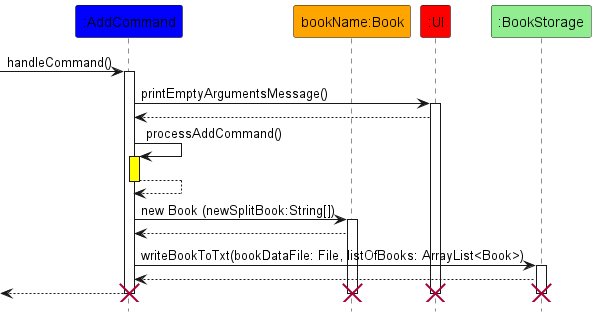
kirangeofran/tp keeps this PlantUML diagram as docs/images/AddCommand.png. Above is the earlier version.
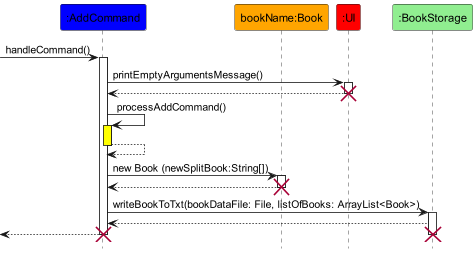
Above is the later version.

Commit message:
update diagram, ui component

Change to the diagram source:
```diff
@@ -10,6 +10,8 @@
 AddCommand -> UI: printEmptyArgumentsMessage()
 activate UI
 UI --> AddCommand
+deactivate UI
+destroy UI
 AddCommand -> AddCommand : processAddCommand()
 activate AddCommand ADDCOMMAND_COLOR
 AddCommand --> AddCommand
@@ -18,16 +20,16 @@
 AddCommand -> Book:new Book (newSplitBook:String[])
 activate Book
 Book --> AddCommand
+deactivate Book
+destroy Book
 AddCommand -> BookStorage: writeBookToTxt(bookDataFile: File, listOfBooks: ArrayList<Book>)
+
 activate BookStorage
 BookStorage --> AddCommand
 [<-- AddCommand
 deactivate AddCommand
 destroy AddCommand
-deactivate Book
-destroy Book
-deactivate UI
-destroy UI
+
 deactivate BookStorage
 destroy BookStorage
 
```
